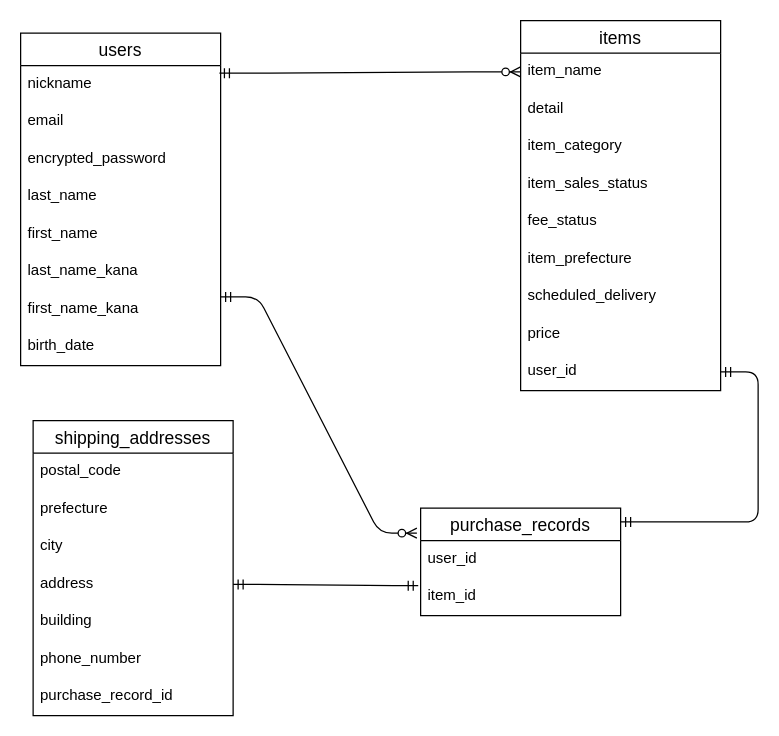
Earlier version of the draw.io diagram furima37120.dio (ken-forest/furima-37120). Source tidied: cells renumbered, new cells numbered last; positions are measured from the earlier drawing's top-left corner, leaving out a move shared by most shapes. Both pictures are drawn from the tidied source at 125%, with x=0, y=0 at pixel (20, 20).
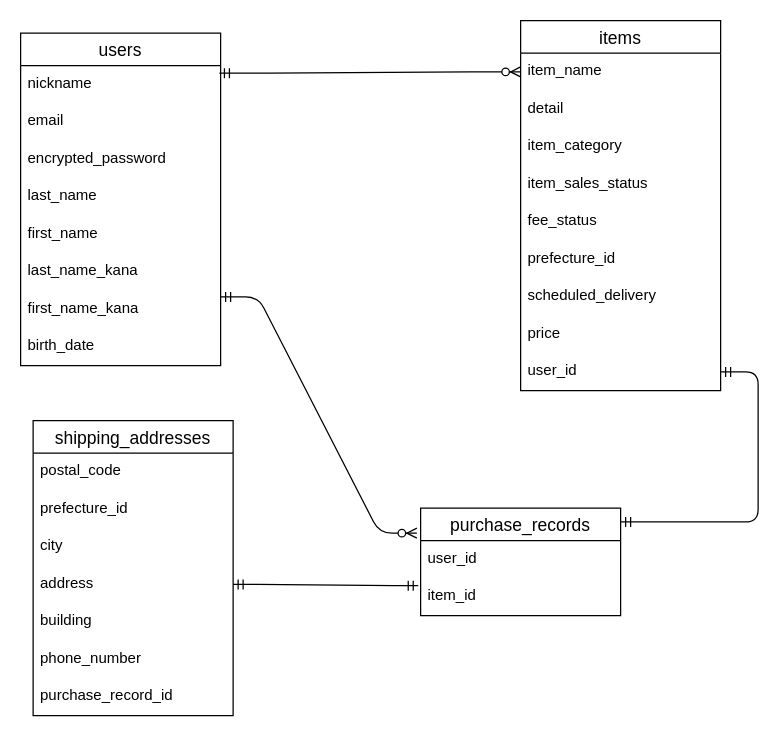
Above is the later version.

Commit message (it also covers changes not shown here):
README.mdとfurima37120.dioの修正

＜README.md＞
itemsテーブルとshippping_addressテーブルのprefectureを揃えた
＜furima37120.dio＞
itemsテーブルとshippping_addressテーブルのprefecture_idを揃えた

Unchanged cells that the change refers to:
```xml
<mxCell id="11" value="items" style="swimlane;fontStyle=0;horizontal=1;startSize=26;align=center;fontSize=14;" parent="1" vertex="1">
  <mxGeometry x="400" width="160" height="296" as="geometry" />
</mxCell>
<mxCell id="24" value="shipping_addresses" style="swimlane;fontStyle=0;horizontal=1;startSize=26;align=center;fontSize=14;" parent="1" vertex="1">
  <mxGeometry x="10" y="320" width="160" height="236" as="geometry" />
</mxCell>
```

The edit, as a diff of the source:
```diff
@@
-    <mxCell id="17" value="item_prefecture" style="text;strokeColor=none;fillColor=none;spacingLeft=4;spacingRight=4;overflow=hidden;fontSize=12;" parent="11" vertex="1">
+    <mxCell id="17" value="prefecture_id" style="text;strokeColor=none;fillColor=none;spacingLeft=4;spacingRight=4;overflow=hidden;fontSize=12;" parent="11" vertex="1">
       <mxGeometry y="176" width="160" height="30" as="geometry" />
     </mxCell>
@@
-    <mxCell id="26" value="prefecture" style="text;strokeColor=none;fillColor=none;spacingLeft=4;spacingRight=4;overflow=hidden;fontSize=12;" parent="24" vertex="1">
+    <mxCell id="26" value="prefecture_id" style="text;strokeColor=none;fillColor=none;spacingLeft=4;spacingRight=4;overflow=hidden;fontSize=12;" parent="24" vertex="1">
       <mxGeometry y="56" width="160" height="30" as="geometry" />
     </mxCell>
```
